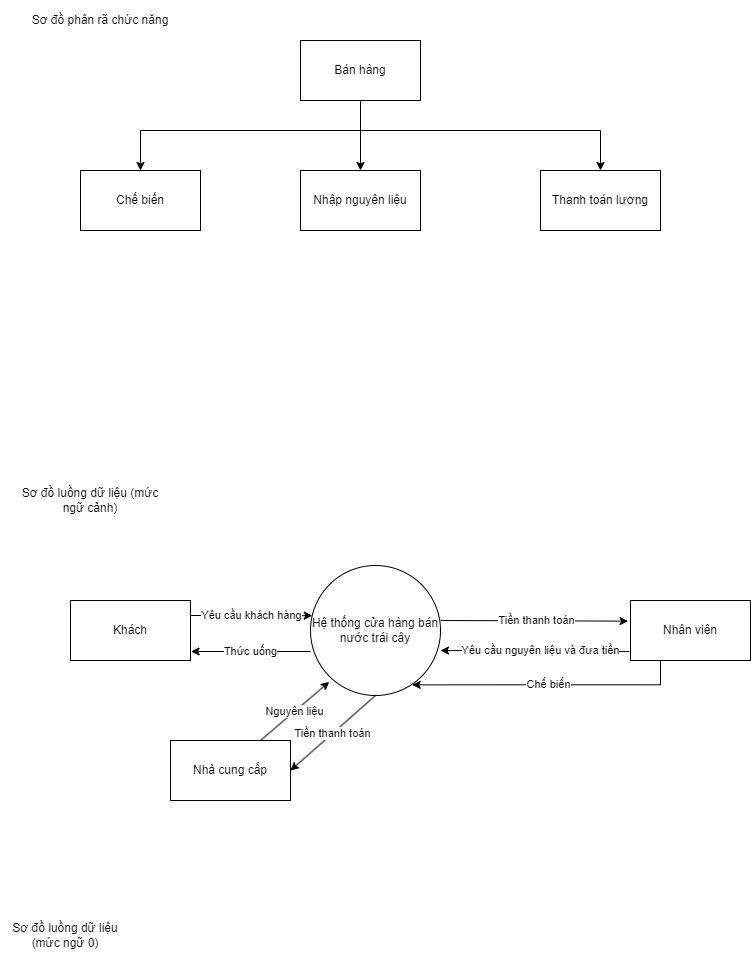
Before: DFD2.png, a diagram exported from draw.io (InfiniteByte1811/branch1). Source tidied: cells renumbered, new cells last; positions are measured from the earlier drawing's top-left corner, leaving out a move shared by most shapes.
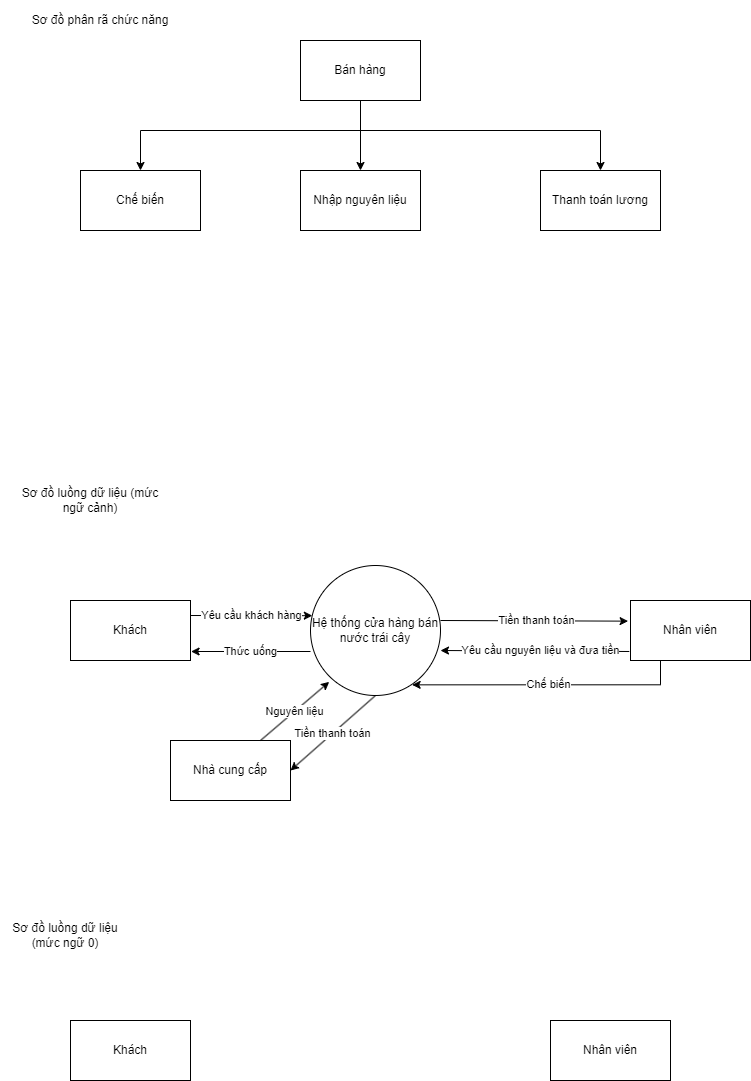
After the change.

Commit message:
Cập nhật DFD2.png

The edit, as a diff of the source:
```diff
@@ -89,5 +89,11 @@
     <mxCell id="22" value="Sơ đồ luồng dữ liệu (mức ngữ 0)" style="text;html=1;strokeColor=none;fillColor=none;align=center;verticalAlign=middle;whiteSpace=wrap;rounded=0;" parent="1" vertex="1">
       <mxGeometry y="900" width="130" height="70" as="geometry" />
     </mxCell>
+    <mxCell id="23" value="Khách" style="rounded=0;whiteSpace=wrap;html=1;" parent="1" vertex="1">
+      <mxGeometry x="70" y="1020" width="120" height="60" as="geometry" />
+    </mxCell>
+    <mxCell id="24" value="Nhân viên" style="rounded=0;whiteSpace=wrap;html=1;" parent="1" vertex="1">
+      <mxGeometry x="550" y="1020" width="120" height="60" as="geometry" />
+    </mxCell>
   </root>
 </mxGraphModel>
```
